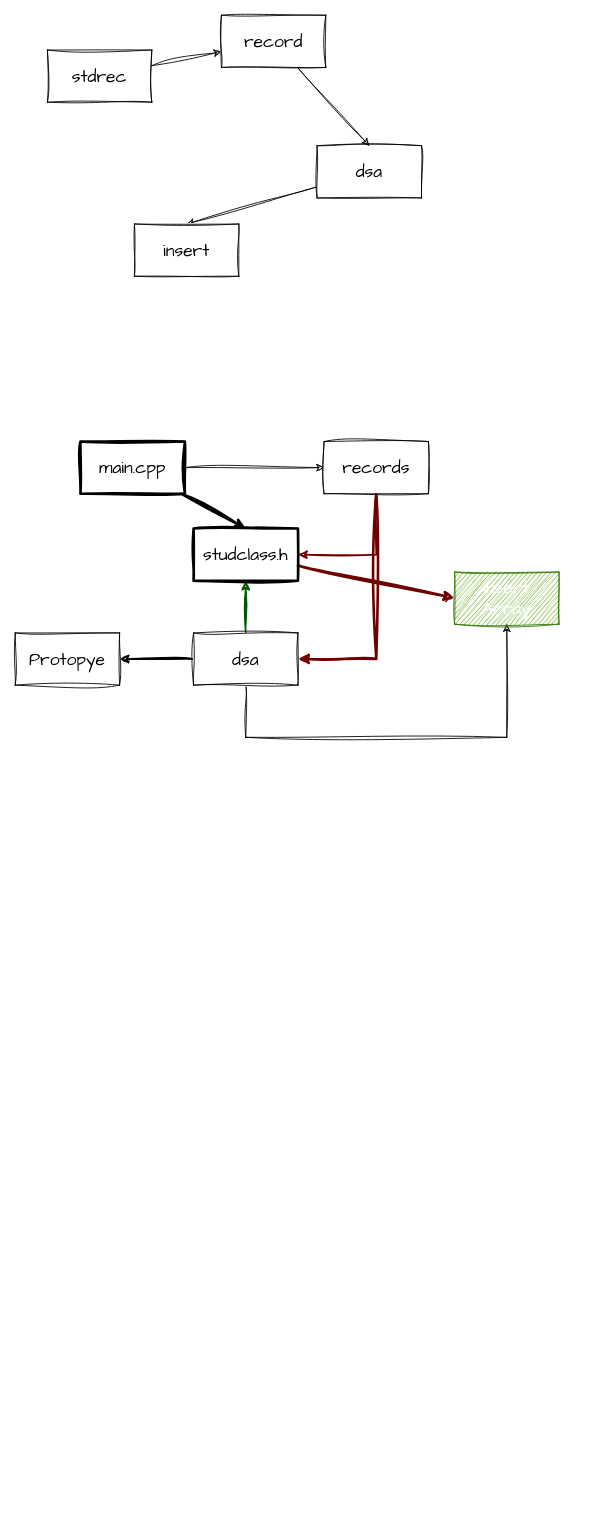
Before: Project_cpp/student_mang_rec.drawio in Mohammedasif786/MyProjects, a draw.io diagram. Source tidied: cells renumbered, new cells numbered last; positions are measured from the earlier drawing's top-left corner, leaving out a move shared by most shapes. Both pictures are drawn from the tidied source at 87%, with x=0, y=0 at pixel (15, 15).
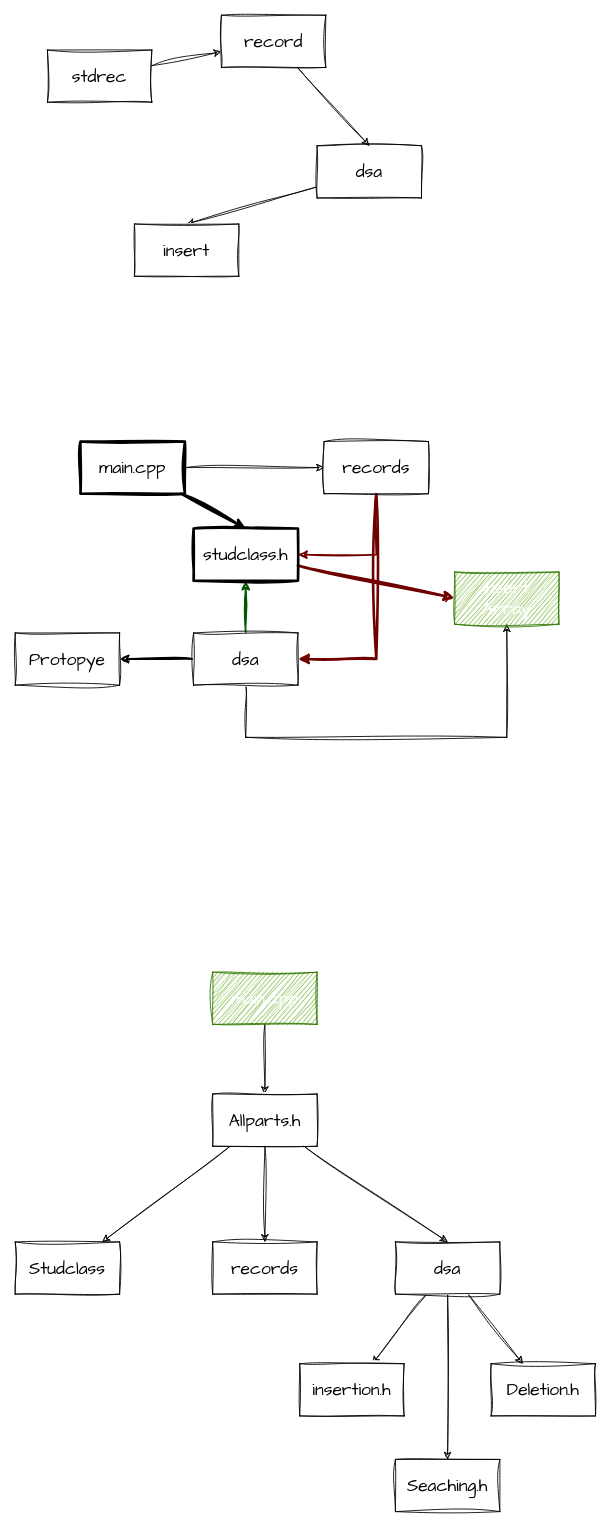
After the change.

Change to the diagram source:
```diff
@@
+    <mxCell id="23" style="edgeStyle=none;sketch=1;hachureGap=4;jiggle=2;curveFitting=1;html=1;fontFamily=Architects Daughter;fontSize=16;" parent="1" edge="1" source="24" target="28">
+      <mxGeometry relative="1" as="geometry" />
+    </mxCell>
+    <mxCell id="24" value="main.cpp" style="rounded=0;whiteSpace=wrap;html=1;sketch=1;hachureGap=4;jiggle=2;curveFitting=1;fontFamily=Architects Daughter;fontSize=20;fillColor=#60a917;fontColor=#ffffff;strokeColor=#2D7600;" parent="1" vertex="1">
+      <mxGeometry x="227" y="1100" width="120" height="60" as="geometry" />
+    </mxCell>
+    <mxCell id="25" style="edgeStyle=none;sketch=1;hachureGap=4;jiggle=2;curveFitting=1;html=1;fontFamily=Architects Daughter;fontSize=16;" parent="1" edge="1" source="28" target="29">
+      <mxGeometry relative="1" as="geometry" />
+    </mxCell>
+    <mxCell id="26" style="edgeStyle=none;sketch=1;hachureGap=4;jiggle=2;curveFitting=1;html=1;entryX=0.5;entryY=0;entryDx=0;entryDy=0;fontFamily=Architects Daughter;fontSize=16;" parent="1" edge="1" source="28" target="33">
+      <mxGeometry relative="1" as="geometry" />
+    </mxCell>
+    <mxCell id="27" style="edgeStyle=none;sketch=1;hachureGap=4;jiggle=2;curveFitting=1;html=1;fontFamily=Architects Daughter;fontSize=16;" parent="1" edge="1" source="28" target="34">
+      <mxGeometry relative="1" as="geometry" />
+    </mxCell>
+    <mxCell id="28" value="Allparts.h" style="whiteSpace=wrap;html=1;fontSize=20;fontFamily=Architects Daughter;rounded=0;sketch=1;hachureGap=4;jiggle=2;curveFitting=1;" parent="1" vertex="1">
+      <mxGeometry x="227" y="1240" width="120" height="60" as="geometry" />
+    </mxCell>
+    <mxCell id="29" value="Studclass" style="whiteSpace=wrap;html=1;fontSize=20;fontFamily=Architects Daughter;rounded=0;sketch=1;hachureGap=4;jiggle=2;curveFitting=1;" parent="1" vertex="1">
+      <mxGeometry y="1410" width="120" height="60" as="geometry" />
+    </mxCell>
+    <mxCell id="30" style="edgeStyle=none;sketch=1;hachureGap=4;jiggle=2;curveFitting=1;html=1;fontFamily=Architects Daughter;fontSize=16;" parent="1" edge="1" source="33" target="35">
+      <mxGeometry relative="1" as="geometry" />
+    </mxCell>
+    <mxCell id="31" style="edgeStyle=none;sketch=1;hachureGap=4;jiggle=2;curveFitting=1;html=1;fontFamily=Architects Daughter;fontSize=16;" parent="1" edge="1" source="33" target="36">
+      <mxGeometry relative="1" as="geometry" />
+    </mxCell>
+    <mxCell id="32" style="edgeStyle=none;sketch=1;hachureGap=4;jiggle=2;curveFitting=1;html=1;fontFamily=Architects Daughter;fontSize=16;" parent="1" edge="1" source="33" target="37">
+      <mxGeometry relative="1" as="geometry" />
+    </mxCell>
+    <mxCell id="33" value="dsa" style="whiteSpace=wrap;html=1;fontSize=20;fontFamily=Architects Daughter;rounded=0;sketch=1;hachureGap=4;jiggle=2;curveFitting=1;" parent="1" vertex="1">
+      <mxGeometry x="437" y="1410" width="120" height="60" as="geometry" />
+    </mxCell>
+    <mxCell id="34" value="records" style="whiteSpace=wrap;html=1;fontSize=20;fontFamily=Architects Daughter;rounded=0;sketch=1;hachureGap=4;jiggle=2;curveFitting=1;" parent="1" vertex="1">
+      <mxGeometry x="227" y="1410" width="120" height="60" as="geometry" />
+    </mxCell>
+    <mxCell id="35" value="insertion.h" style="whiteSpace=wrap;html=1;fontSize=20;fontFamily=Architects Daughter;rounded=0;sketch=1;hachureGap=4;jiggle=2;curveFitting=1;" parent="1" vertex="1">
+      <mxGeometry x="327" y="1550" width="120" height="60" as="geometry" />
+    </mxCell>
+    <mxCell id="36" value="Deletion.h" style="whiteSpace=wrap;html=1;fontSize=20;fontFamily=Architects Daughter;rounded=0;sketch=1;hachureGap=4;jiggle=2;curveFitting=1;" parent="1" vertex="1">
+      <mxGeometry x="547" y="1550" width="120" height="60" as="geometry" />
+    </mxCell>
+    <mxCell id="37" value="Seaching.h" style="whiteSpace=wrap;html=1;fontSize=20;fontFamily=Architects Daughter;rounded=0;sketch=1;hachureGap=4;jiggle=2;curveFitting=1;" parent="1" vertex="1">
+      <mxGeometry x="437" y="1660" width="120" height="60" as="geometry" />
+    </mxCell>
```
